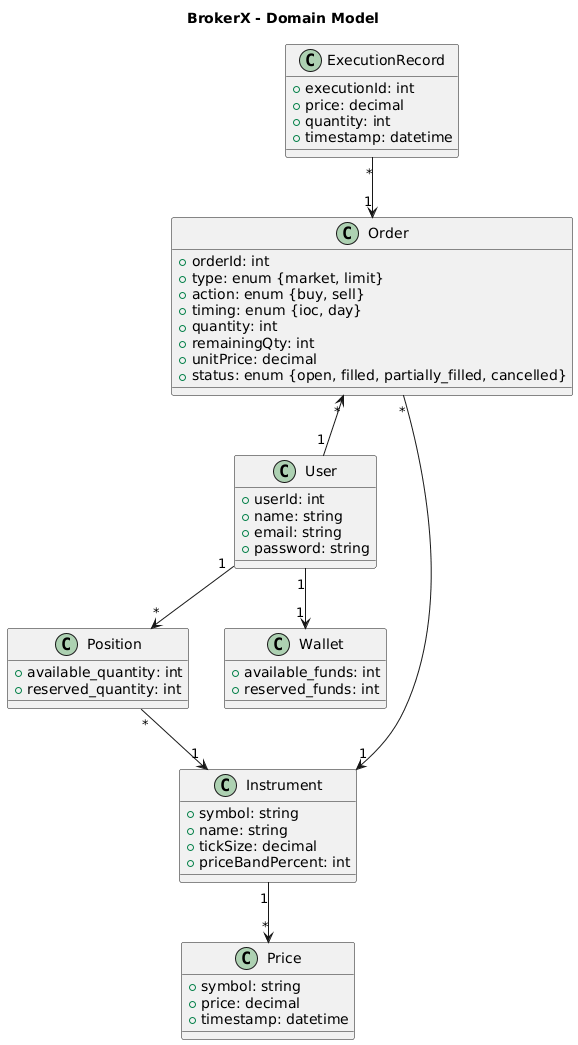
Earlier version of the PlantUML export docs/class_diagram.png (cjayneb/log430-project).
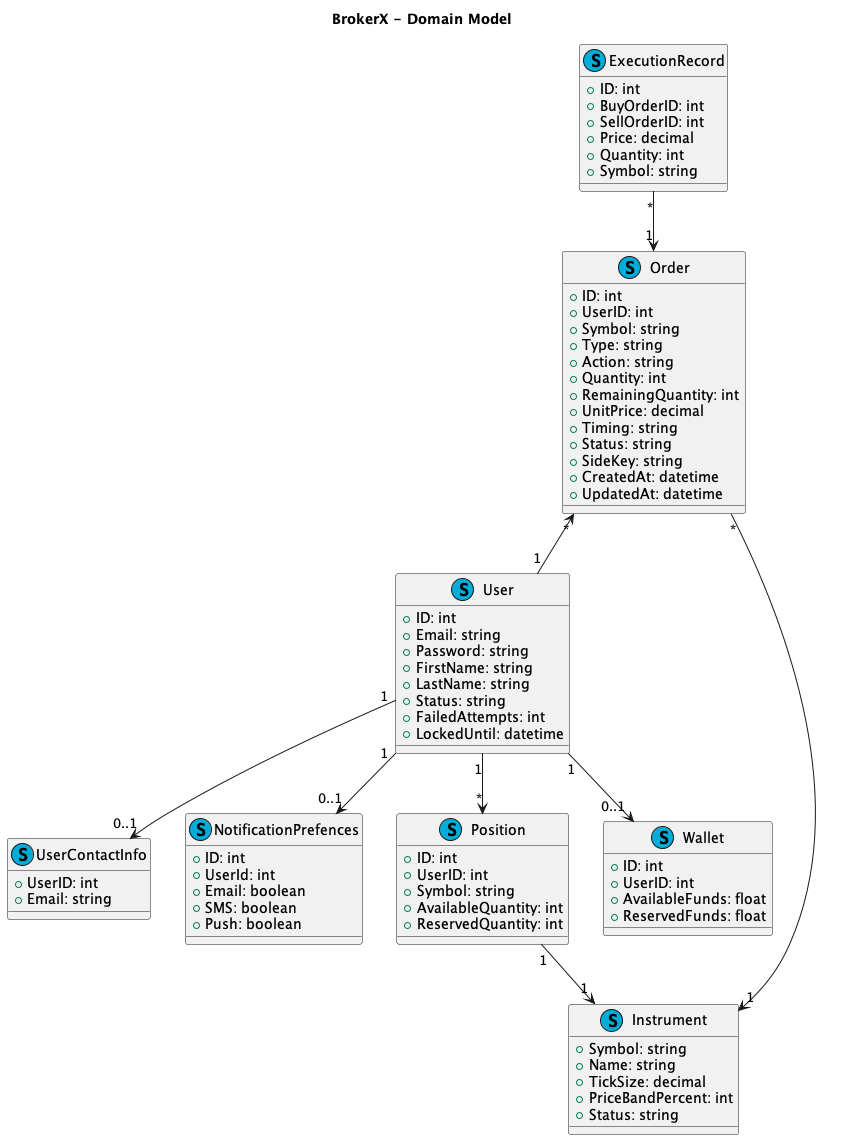
Above is the later version.

Diff of the diagram source:
```diff
@@ -1,59 +1,85 @@
 @startuml
 title BrokerX - Domain Model
 
-class User {
-  +userId: int
-  +name: string
-  +email: string
-  +password: string
+class User << (S, #00ADD8) >> {
+  +ID: int
+  +Email: string
+  +Password: string
+  +FirstName: string
+  +LastName: string
+  +Status: string
+  +FailedAttempts: int
+  +LockedUntil: datetime
 }
 
-class Position {
-  +available_quantity: int
-  +reserved_quantity: int
+class UserContactInfo << (S, #00ADD8) >> {
+  +UserID: int
+  +Email: string
 }
 
-class Wallet {
-  +available_funds: int
-  +reserved_funds: int
+class NotificationPrefences << (S, #00ADD8) >> {
+  +ID: int
+  +UserId: int
+  +Email: boolean
+  +SMS: boolean
+  +Push: boolean
 }
 
-class Instrument {
-  +symbol: string
-  +name: string
-  +tickSize: decimal
-  +priceBandPercent: int
+class Position << (S, #00ADD8) >> {
+  +ID: int
+  +UserID: int
+  +Symbol: string
+  +AvailableQuantity: int
+  +ReservedQuantity: int
 }
 
-class Order {
-  +orderId: int
-  +type: enum {market, limit}
-  +action: enum {buy, sell}
-  +timing: enum {ioc, day}
-  +quantity: int
-  +remainingQty: int
-  +unitPrice: decimal
-  +status: enum {open, filled, partially_filled, cancelled}
+class Wallet << (S, #00ADD8) >> {
+  +ID: int
+  +UserID: int
+  +AvailableFunds: float
+  +ReservedFunds: float
 }
 
-class ExecutionRecord {
-  +executionId: int
-  +price: decimal
-  +quantity: int
-  +timestamp: datetime
+class Instrument << (S, #00ADD8) >> {
+  +Symbol: string
+  +Name: string
+  +TickSize: decimal
+  +PriceBandPercent: int
+  +Status: string
 }
 
-class Price {
-  +symbol: string
-  +price: decimal
-  +timestamp: datetime
+class Order << (S, #00ADD8) >> {
+  +ID: int
+  +UserID: int
+  +Symbol: string
+  +Type: string
+  +Action: string
+  +Quantity: int
+  +RemainingQuantity: int
+  +UnitPrice: decimal
+  +Timing: string
+  +Status: string
+  +SideKey: string
+  +CreatedAt: datetime
+  +UpdatedAt: datetime
+}
+
+class ExecutionRecord << (S, #00ADD8) >> {
+  +ID: int
+  +BuyOrderID: int
+  +SellOrderID: int
+  +Price: decimal
+  +Quantity: int
+  +Symbol: string
 }
 
 User "1" --> "*" Position
-User "1" --> "1" Wallet
-Position "*" --> "1" Instrument
+User "1" --> "0..1" Wallet
+User "1" --> "0..1" NotificationPrefences
+User "1" --> "0..1" UserContactInfo
+Position "1" --> "1" Instrument
 Order "*" <-- "1" User
 Order "*" --> "1" Instrument
 ExecutionRecord "*" --> "1" Order
-Instrument "1" --> "*" Price
+
 @enduml
```
